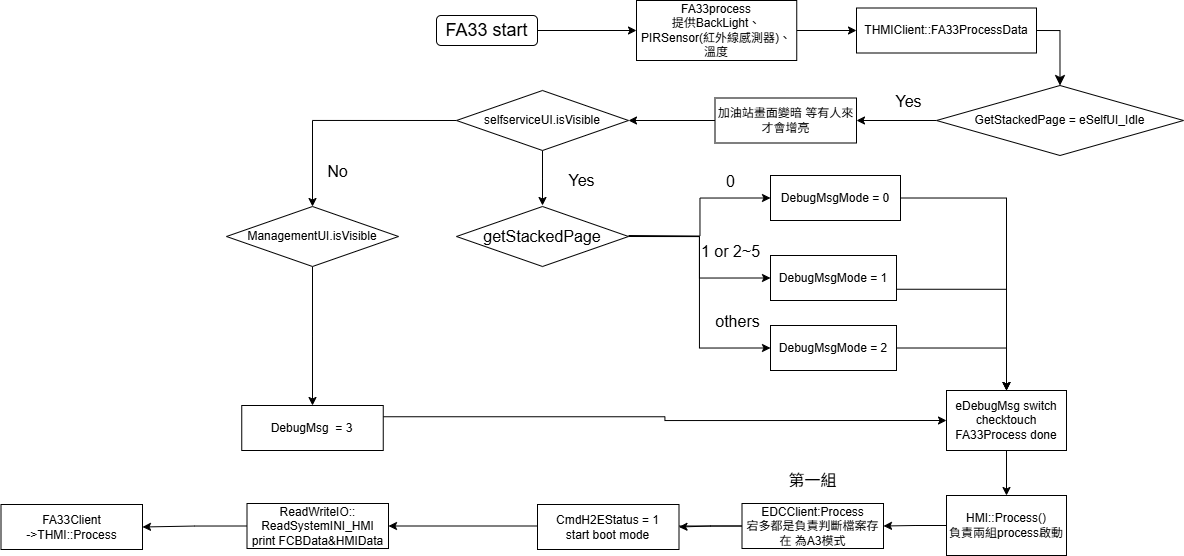
The draw.io diagram HMI流程圖.png in AXQuestion/-, before a commit. Source tidied: cells renumbered, new cells last; positions are measured from the earlier drawing's top-left corner, leaving out a move shared by most shapes.
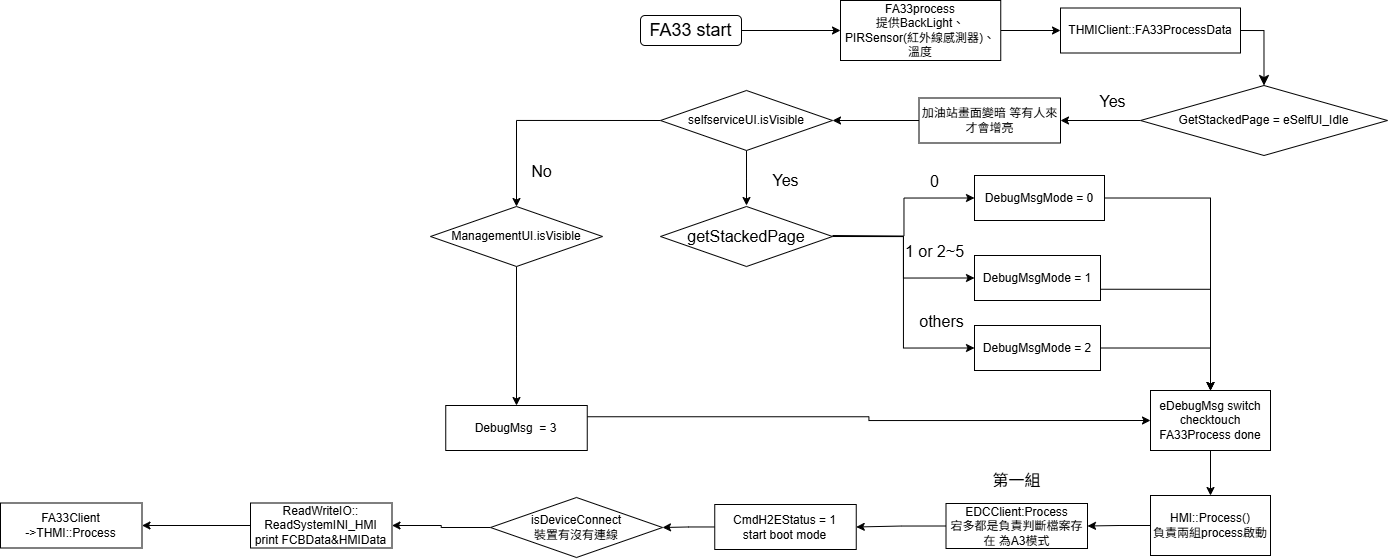
Later version of the same file.

Commit message:
更新HMI流程圖.png

Change to the diagram source:
```diff
@@ -111,9 +111,6 @@
     <mxCell id="36" value="eDebugMsg switch&lt;div&gt;checktouch&lt;/div&gt;&lt;div&gt;FA33Process done&lt;/div&gt;" style="rounded=0;whiteSpace=wrap;html=1;" parent="1" vertex="1">
       <mxGeometry x="946" y="390" width="120" height="60" as="geometry" />
     </mxCell>
-    <mxCell id="37" style="edgeStyle=orthogonalEdgeStyle;rounded=0;jettySize=auto;html=1;exitX=0;exitY=0.5;exitDx=0;exitDy=0;" parent="1" edge="1" source="44" target="41">
-      <mxGeometry relative="1" as="geometry" />
-    </mxCell>
     <mxCell id="38" style="edgeStyle=orthogonalEdgeStyle;rounded=0;jettySize=auto;html=1;exitX=0;exitY=0.5;exitDx=0;exitDy=0;entryX=1;entryY=0.5;entryDx=0;entryDy=0;" parent="1" edge="1" source="39" target="44">
       <mxGeometry relative="1" as="geometry" />
     </mxCell>
@@ -124,10 +121,10 @@
       <mxGeometry relative="1" as="geometry" />
     </mxCell>
     <mxCell id="41" value="ReadWriteIO::&lt;div&gt;ReadSystemINI_HMI&lt;div&gt;print FCBData&amp;amp;HMIData&lt;/div&gt;&lt;/div&gt;" style="rounded=0;whiteSpace=wrap;html=1;" parent="1" vertex="1">
-      <mxGeometry x="246.5" y="503" width="141.5" height="45" as="geometry" />
+      <mxGeometry x="46" y="502.5" width="141.5" height="45" as="geometry" />
     </mxCell>
     <mxCell id="42" value="FA33Client&lt;div&gt;-&amp;gt;THMI::Process&lt;/div&gt;" style="rounded=0;whiteSpace=wrap;html=1;" parent="1" vertex="1">
-      <mxGeometry x="0.5" y="504" width="141.5" height="45" as="geometry" />
+      <mxGeometry x="-204" y="502.5" width="141.5" height="45" as="geometry" />
     </mxCell>
     <mxCell id="43" style="edgeStyle=orthogonalEdgeStyle;rounded=0;jettySize=auto;html=1;exitX=0;exitY=0.5;exitDx=0;exitDy=0;entryX=1;entryY=0.5;entryDx=0;entryDy=0;" parent="1" edge="1" source="44" target="46">
       <mxGeometry relative="1" as="geometry" />
@@ -138,8 +135,17 @@
     <mxCell id="45" value="第一組" style="text;html=1;align=center;verticalAlign=middle;strokeColor=none;fillColor=none;fontSize=16;" parent="1" vertex="1">
       <mxGeometry x="777.2" y="465" width="70" height="30" as="geometry" />
     </mxCell>
+    <mxCell id="47" style="edgeStyle=orthogonalEdgeStyle;rounded=0;jettySize=auto;html=1;entryX=1;entryY=0.5;entryDx=0;entryDy=0;" parent="1" edge="1" source="46" target="49">
+      <mxGeometry relative="1" as="geometry" />
+    </mxCell>
     <mxCell id="46" value="CmdH2EStatus = 1&lt;div&gt;start boot mode&lt;/div&gt;" style="rounded=0;whiteSpace=wrap;html=1;" parent="1" vertex="1">
-      <mxGeometry x="537" y="504" width="141.5" height="45" as="geometry" />
+      <mxGeometry x="510.2" y="504" width="141.5" height="45" as="geometry" />
     </mxCell>
+    <mxCell id="48" style="edgeStyle=orthogonalEdgeStyle;rounded=0;jettySize=auto;html=1;exitX=0;exitY=0.5;exitDx=0;exitDy=0;entryX=1;entryY=0.5;entryDx=0;entryDy=0;" parent="1" edge="1" source="49" target="41">
+      <mxGeometry relative="1" as="geometry" />
+    </mxCell>
+    <mxCell id="49" value="isDeviceConnect&lt;div&gt;裝置有沒有連線&lt;/div&gt;" style="rhombus;whiteSpace=wrap;html=1;" parent="1" vertex="1">
+      <mxGeometry x="286" y="497" width="172" height="60" as="geometry" />
+    </mxCell>
   </root>
 </mxGraphModel>
```
